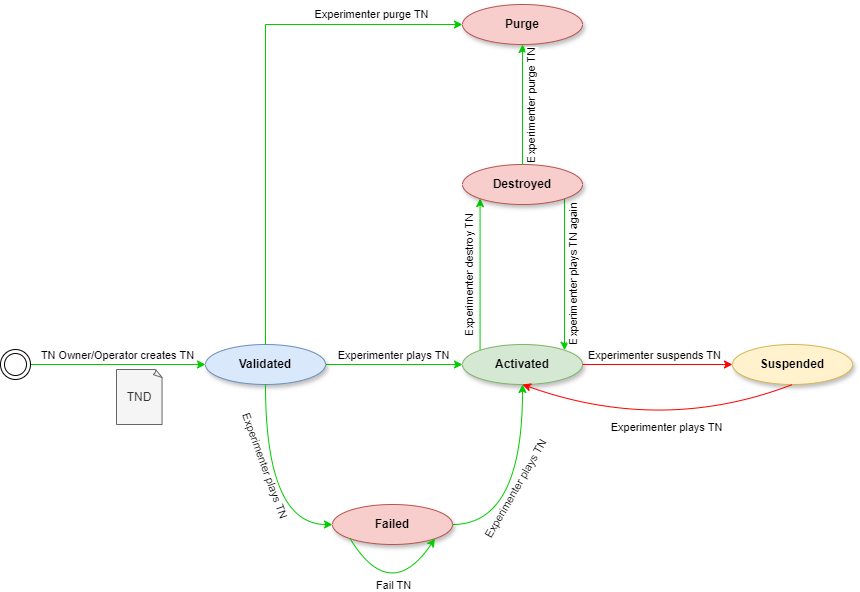
Above: docs/images/stateMachine.png in 6G-SANDBOX/TNLCM (draw.io), before the change. Source tidied: cells renumbered, new cells last; positions are measured from the earlier drawing's top-left corner, leaving out a move shared by most shapes.
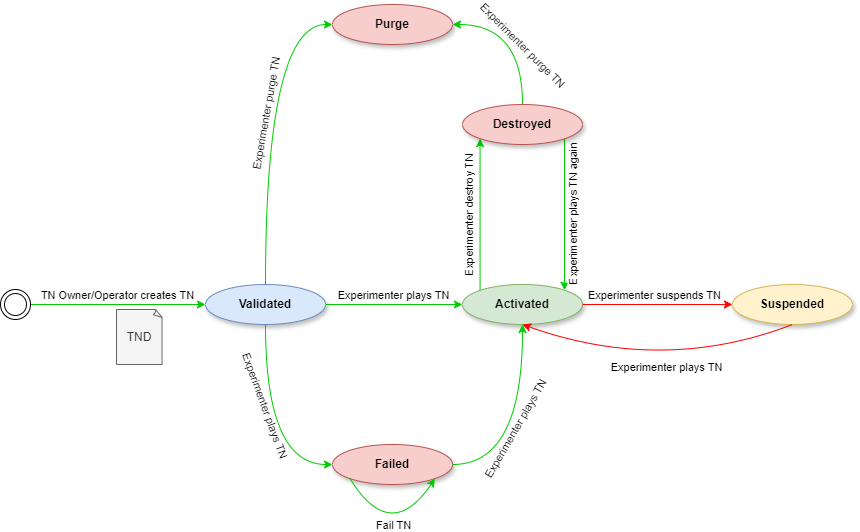
After the change.

Commit message:
Update state machine image

What changed in the source:
```diff
@@ -94,23 +94,23 @@
       </mxGeometry>
     </mxCell>
     <mxCell id="25" value="&lt;b&gt;Purge&lt;/b&gt;" style="ellipse;whiteSpace=wrap;html=1;shadow=1;fillColor=#f8cecc;strokeColor=#b85450;" parent="1" vertex="1">
-      <mxGeometry x="462" width="120" height="40" as="geometry" />
+      <mxGeometry x="332" y="60" width="120" height="40" as="geometry" />
     </mxCell>
+    <mxCell id="28" style="edgeStyle=orthogonalEdgeStyle;rounded=0;jettySize=auto;html=1;entryX=0;entryY=0.5;entryDx=0;entryDy=0;exitX=0.5;exitY=0;exitDx=0;exitDy=0;strokeColor=#00CC00;curved=1;" parent="1" edge="1" source="6" target="25">
+      <mxGeometry relative="1" as="geometry" />
+    </mxCell>
+    <mxCell id="29" value="Experimenter purge TN" style="edgeLabel;html=1;align=center;verticalAlign=middle;rotation=-80;" parent="28" vertex="1">
+      <mxGeometry x="0.02" relative="1" as="geometry">
+        <mxPoint y="-4" as="offset" />
+      </mxGeometry>
+    </mxCell>
-    <mxCell id="26" style="edgeStyle=orthogonalEdgeStyle;rounded=0;jettySize=auto;html=1;exitX=0.5;exitY=0;exitDx=0;exitDy=0;strokeColor=#00CC00;" parent="1" edge="1" source="22" target="25">
+    <mxCell id="26" style="endArrow=classic;html=1;rounded=0;exitX=0.5;exitY=0;exitDx=0;exitDy=0;entryX=1;entryY=0.5;entryDx=0;entryDy=0;edgeStyle=orthogonalEdgeStyle;curved=1;fillColor=#d5e8d4;strokeColor=#00CC00;" parent="1" edge="1" source="22" target="25">
       <mxGeometry relative="1" as="geometry" />
     </mxCell>
-    <mxCell id="27" value="Experimenter purge TN" style="edgeLabel;html=1;align=center;verticalAlign=middle;rotation=-90;" parent="26" vertex="1">
-      <mxGeometry x="0.02" relative="1" as="geometry">
-        <mxPoint x="9" y="3" as="offset" />
+    <mxCell id="27" value="Experimenter purge TN" style="edgeLabel;html=1;align=center;verticalAlign=middle;rotation=45;" parent="26" vertex="1">
+      <mxGeometry x="-0.23" y="11" relative="1" as="geometry">
+        <mxPoint x="11" y="-2" as="offset" />
       </mxGeometry>
     </mxCell>
-    <mxCell id="28" style="edgeStyle=orthogonalEdgeStyle;rounded=0;jettySize=auto;html=1;entryX=0;entryY=0.5;entryDx=0;entryDy=0;exitX=0.5;exitY=0;exitDx=0;exitDy=0;strokeColor=#00CC00;" parent="1" edge="1" source="6" target="25">
-      <mxGeometry relative="1" as="geometry" />
-    </mxCell>
-    <mxCell id="29" value="Experimenter purge TN" style="edgeLabel;html=1;align=center;verticalAlign=middle;rotation=0;" parent="28" vertex="1">
-      <mxGeometry x="0.02" relative="1" as="geometry">
-        <mxPoint x="105" y="-68" as="offset" />
-      </mxGeometry>
-    </mxCell>
   </root>
 </mxGraphModel>
```
